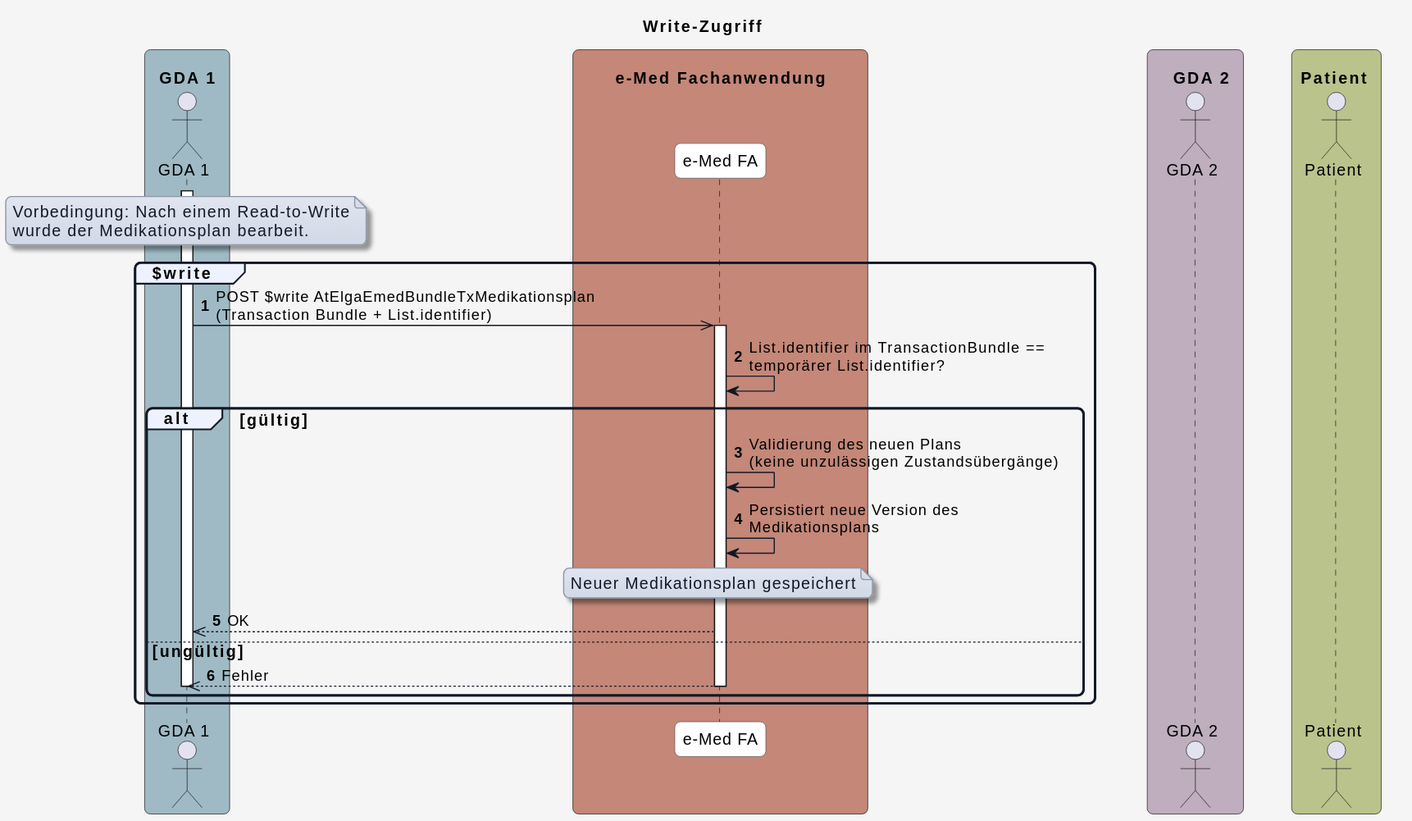
Above: r4-ELGA-e-Medikation-main/plantuml/diagram_write.svg in HL7Austria/hl7austria.github.io (PlantUML), before the change.
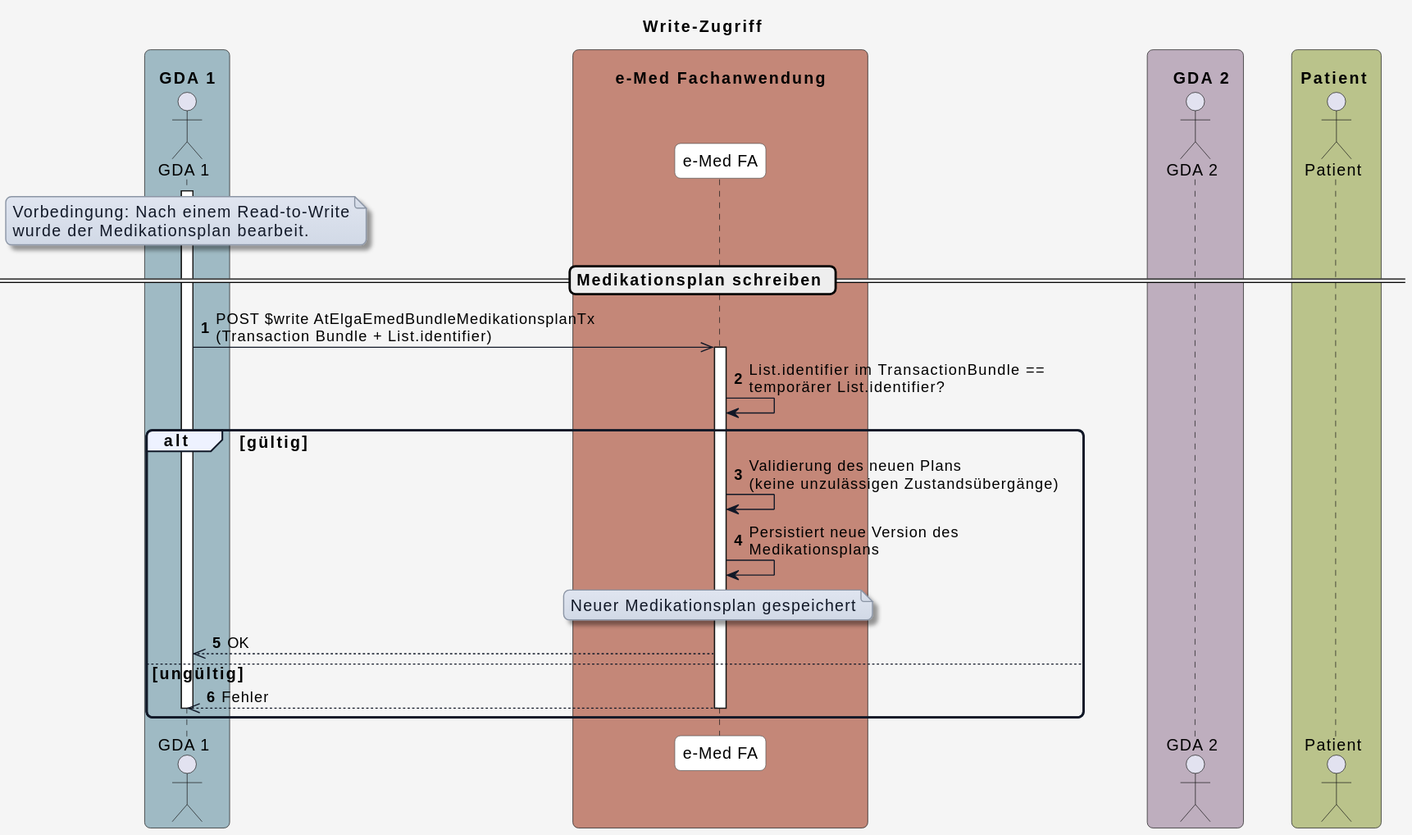
After the change.

The edit, as a diff of the source:
```diff
@@ -65,30 +65,28 @@
 wurde der Medikationsplan bearbeit.
 end note
 
-group $write
+== Medikationsplan schreiben ==
 
-  GDA_1 ->> eMed_FA: POST $write AtElgaEmedBundleTxMedikationsplan\n(Transaction Bundle + List.identifier)
+GDA_1 ->> eMed_FA: POST $write AtElgaEmedBundleMedikationsplanTx\n(Transaction Bundle + List.identifier)
 
-  activate eMed_FA
-  eMed_FA -> eMed_FA: List.identifier im TransactionBundle ==\ntemporärer List.identifier?
+activate eMed_FA
+eMed_FA -> eMed_FA: List.identifier im TransactionBundle ==\ntemporärer List.identifier?
 
-  alt gültig
-    eMed_FA -> eMed_FA: Validierung des neuen Plans\n(keine unzulässigen Zustandsübergänge)
-    eMed_FA -> eMed_FA: Persistiert neue Version des\nMedikationsplans
+alt gültig
+  eMed_FA -> eMed_FA: Validierung des neuen Plans\n(keine unzulässigen Zustandsübergänge)
+  eMed_FA -> eMed_FA: Persistiert neue Version des\nMedikationsplans
 
-    note over eMed_FA
-    Neuer Medikationsplan gespeichert
-    end note
+  note over eMed_FA
+  Neuer Medikationsplan gespeichert
+  end note
 
-    eMed_FA -->> GDA_1: OK
+  eMed_FA -->> GDA_1: OK
 
-  else ungültig
+else ungültig
 
-    eMed_FA -->> GDA_1: Fehler
+  eMed_FA -->> GDA_1: Fehler
 
-    deactivate GDA_1
-    deactivate eMed_FA
-  end
-
+  deactivate GDA_1
+  deactivate eMed_FA
 end
 @enduml
```
